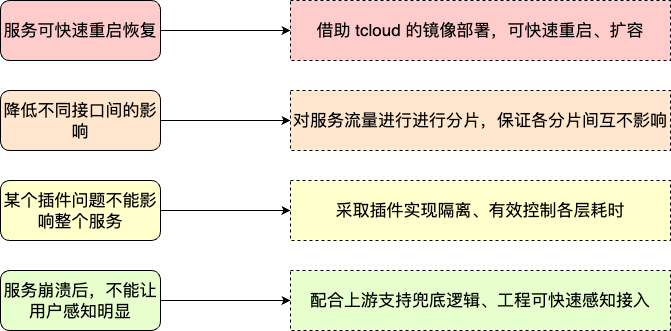
This is work-draw-file/标签高稳定性.png from liujunao/draw-data, a draw.io export, as it was before one commit. Source tidied: cells renumbered, new cells last; positions are measured from the earlier drawing's top-left corner, leaving out a move shared by most shapes.
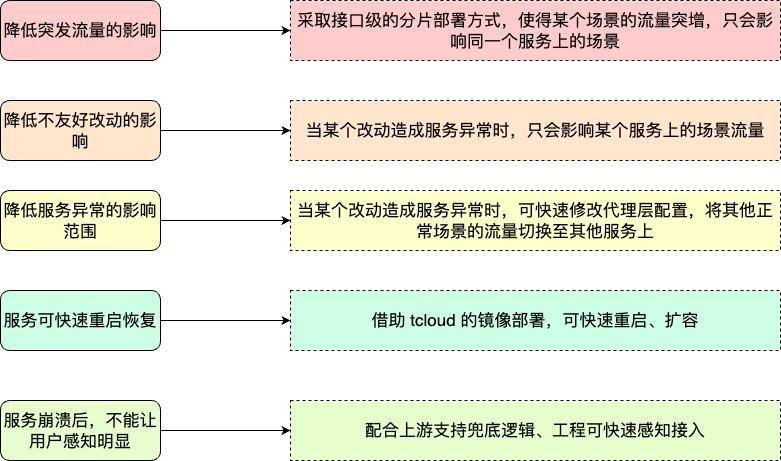
Above is the later version.

Commit message:
更新标签高稳定性.png

Change to the diagram source:
```diff
@@ -5,38 +5,47 @@
     <mxCell id="2" style="edgeStyle=orthogonalEdgeStyle;rounded=0;jettySize=auto;html=1;exitX=1;exitY=0.5;exitDx=0;exitDy=0;entryX=0;entryY=0.5;entryDx=0;entryDy=0;" parent="1" edge="1" source="3" target="10">
       <mxGeometry relative="1" as="geometry" />
     </mxCell>
-    <mxCell id="3" value="&lt;font style=&quot;font-size: 17px;&quot;&gt;服务可快速重启恢复&lt;/font&gt;" style="rounded=1;whiteSpace=wrap;html=1;fillColor=#FFCCCC;" parent="1" vertex="1">
-      <mxGeometry width="160" height="60" as="geometry" />
+    <mxCell id="3" value="&lt;font style=&quot;font-size: 17px;&quot;&gt;服务可快速重启恢复&lt;/font&gt;" style="rounded=1;whiteSpace=wrap;html=1;fillColor=#CCFFE6;" parent="1" vertex="1">
+      <mxGeometry x="-76" y="320" width="160" height="60" as="geometry" />
     </mxCell>
-    <mxCell id="4" style="edgeStyle=orthogonalEdgeStyle;rounded=0;jettySize=auto;html=1;exitX=1;exitY=0.5;exitDx=0;exitDy=0;" parent="1" edge="1" source="5" target="11">
-      <mxGeometry relative="1" as="geometry" />
-    </mxCell>
-    <mxCell id="5" value="&lt;font style=&quot;font-size: 17px;&quot;&gt;降低不同接口间的影响&lt;/font&gt;" style="rounded=1;whiteSpace=wrap;html=1;fillColor=#FFE6CC;" parent="1" vertex="1">
-      <mxGeometry y="90" width="160" height="60" as="geometry" />
-    </mxCell>
-    <mxCell id="6" style="edgeStyle=orthogonalEdgeStyle;rounded=0;jettySize=auto;html=1;exitX=1;exitY=0.5;exitDx=0;exitDy=0;entryX=0;entryY=0.5;entryDx=0;entryDy=0;" parent="1" edge="1" source="7" target="12">
-      <mxGeometry relative="1" as="geometry" />
-    </mxCell>
-    <mxCell id="7" value="&lt;font style=&quot;font-size: 17px;&quot;&gt;某个插件问题不能影响整个服务&lt;/font&gt;" style="rounded=1;whiteSpace=wrap;html=1;fillColor=#FFFFCC;" parent="1" vertex="1">
-      <mxGeometry y="180" width="160" height="60" as="geometry" />
-    </mxCell>
     <mxCell id="8" style="edgeStyle=orthogonalEdgeStyle;rounded=0;jettySize=auto;html=1;exitX=1;exitY=0.5;exitDx=0;exitDy=0;" parent="1" edge="1" source="9" target="13">
       <mxGeometry relative="1" as="geometry" />
     </mxCell>
     <mxCell id="9" value="&lt;font style=&quot;font-size: 17px;&quot;&gt;服务崩溃后，不能让用户感知明显&lt;/font&gt;" style="rounded=1;whiteSpace=wrap;html=1;fillColor=#E6FFCC;" parent="1" vertex="1">
-      <mxGeometry y="270" width="160" height="60" as="geometry" />
+      <mxGeometry x="-76" y="430" width="160" height="60" as="geometry" />
     </mxCell>
-    <mxCell id="10" value="&lt;font style=&quot;font-size: 17px;&quot;&gt;借助 tcloud 的镜像部署，可快速重启、扩容&lt;/font&gt;" style="rounded=0;whiteSpace=wrap;html=1;dashed=1;fillColor=#FFCCCC;" parent="1" vertex="1">
-      <mxGeometry x="290" width="380" height="60" as="geometry" />
+    <mxCell id="10" value="&lt;font style=&quot;font-size: 17px;&quot;&gt;借助 tcloud 的镜像部署，可快速重启、扩容&lt;/font&gt;" style="rounded=0;whiteSpace=wrap;html=1;dashed=1;fillColor=#CCFFE6;" parent="1" vertex="1">
+      <mxGeometry x="214" y="320" width="490" height="60" as="geometry" />
     </mxCell>
-    <mxCell id="11" value="&lt;font style=&quot;font-size: 17px;&quot;&gt;对服务流量进行进行分片，保证各分片间互不影响&lt;/font&gt;" style="rounded=0;whiteSpace=wrap;html=1;dashed=1;fillColor=#FFE6CC;" parent="1" vertex="1">
-      <mxGeometry x="290" y="90" width="380" height="60" as="geometry" />
-    </mxCell>
-    <mxCell id="12" value="&lt;font style=&quot;font-size: 17px;&quot;&gt;采取插件实现隔离、有效控制各层耗时&lt;/font&gt;" style="rounded=0;whiteSpace=wrap;html=1;dashed=1;fillColor=#FFFFCC;" parent="1" vertex="1">
-      <mxGeometry x="290" y="180" width="380" height="60" as="geometry" />
-    </mxCell>
     <mxCell id="13" value="&lt;font style=&quot;font-size: 17px;&quot;&gt;配合上游支持兜底逻辑、工程可快速感知接入&lt;/font&gt;" style="rounded=0;whiteSpace=wrap;html=1;dashed=1;fillColor=#E6FFCC;" parent="1" vertex="1">
-      <mxGeometry x="290" y="270" width="380" height="60" as="geometry" />
+      <mxGeometry x="214" y="430" width="490" height="60" as="geometry" />
     </mxCell>
+    <mxCell id="14" style="edgeStyle=orthogonalEdgeStyle;rounded=0;jettySize=auto;html=1;exitX=1;exitY=0.5;exitDx=0;exitDy=0;entryX=0;entryY=0.5;entryDx=0;entryDy=0;" parent="1" edge="1" source="15" target="16">
+      <mxGeometry relative="1" as="geometry" />
+    </mxCell>
+    <mxCell id="15" value="&lt;span style=&quot;font-size: 17px;&quot;&gt;降低突发流量的影响&lt;/span&gt;" style="rounded=1;whiteSpace=wrap;html=1;fillColor=#FFCCCC;" parent="1" vertex="1">
+      <mxGeometry x="-76" y="30" width="160" height="60" as="geometry" />
+    </mxCell>
+    <mxCell id="16" value="&lt;span style=&quot;font-size: 17px;&quot;&gt;采取接口级的分片部署方式，使得某个场景的流量突增，只会影响同一个服务上的场景&lt;/span&gt;" style="rounded=0;whiteSpace=wrap;html=1;dashed=1;fillColor=#FFCCCC;" parent="1" vertex="1">
+      <mxGeometry x="214" y="30" width="490" height="60" as="geometry" />
+    </mxCell>
+    <mxCell id="17" style="edgeStyle=orthogonalEdgeStyle;rounded=0;jettySize=auto;html=1;exitX=1;exitY=0.5;exitDx=0;exitDy=0;" parent="1" edge="1" source="18" target="19">
+      <mxGeometry relative="1" as="geometry" />
+    </mxCell>
+    <mxCell id="18" value="&lt;font style=&quot;font-size: 17px;&quot;&gt;降低不友好改动的影响&lt;/font&gt;" style="rounded=1;whiteSpace=wrap;html=1;fillColor=#FFE6CC;" parent="1" vertex="1">
+      <mxGeometry x="-76" y="130" width="160" height="60" as="geometry" />
+    </mxCell>
+    <mxCell id="19" value="&lt;span style=&quot;font-size: 17px;&quot;&gt;当某个改动造成服务异常时，只会影响某个服务上的场景流量&lt;/span&gt;" style="rounded=0;whiteSpace=wrap;html=1;dashed=1;fillColor=#FFE6CC;" parent="1" vertex="1">
+      <mxGeometry x="214" y="130" width="490" height="60" as="geometry" />
+    </mxCell>
+    <mxCell id="20" style="edgeStyle=orthogonalEdgeStyle;rounded=0;jettySize=auto;html=1;exitX=1;exitY=0.5;exitDx=0;exitDy=0;entryX=0;entryY=0.5;entryDx=0;entryDy=0;" parent="1" edge="1" source="21" target="22">
+      <mxGeometry relative="1" as="geometry" />
+    </mxCell>
+    <mxCell id="21" value="&lt;span style=&quot;font-size: 17px;&quot;&gt;降低服务异常的影响范围&lt;/span&gt;" style="rounded=1;whiteSpace=wrap;html=1;fillColor=#FFFFCC;" parent="1" vertex="1">
+      <mxGeometry x="-76" y="220" width="160" height="60" as="geometry" />
+    </mxCell>
+    <mxCell id="22" value="&lt;font style=&quot;font-size: 17px;&quot;&gt;当某个改动造成服务异常时，可快速修改代理层配置，将其他正常场景的流量切换至其他服务上&lt;/font&gt;" style="rounded=0;whiteSpace=wrap;html=1;dashed=1;fillColor=#FFFFCC;" parent="1" vertex="1">
+      <mxGeometry x="214" y="220" width="490" height="60" as="geometry" />
+    </mxCell>
   </root>
 </mxGraphModel>
```
